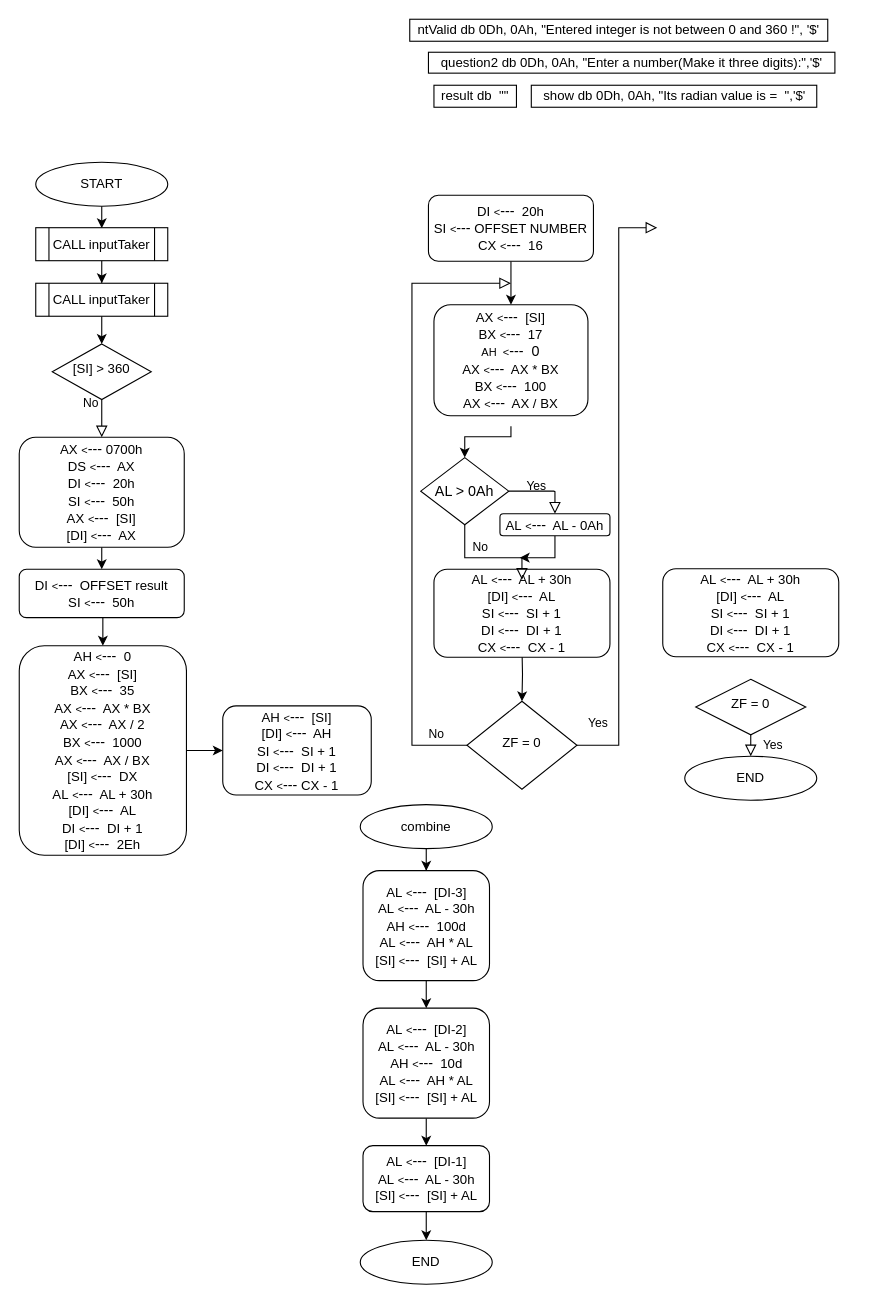
The draw.io diagram finalQ5.drawio in mmuurraatt/My-Projects-On-Github, before the edit. Source tidied: cells renumbered, new cells numbered last; positions are measured from the earlier drawing's top-left corner, leaving out a move shared by most shapes. Both pictures are drawn from the tidied source at 110%, with x=0, y=0 at pixel (19, 19).
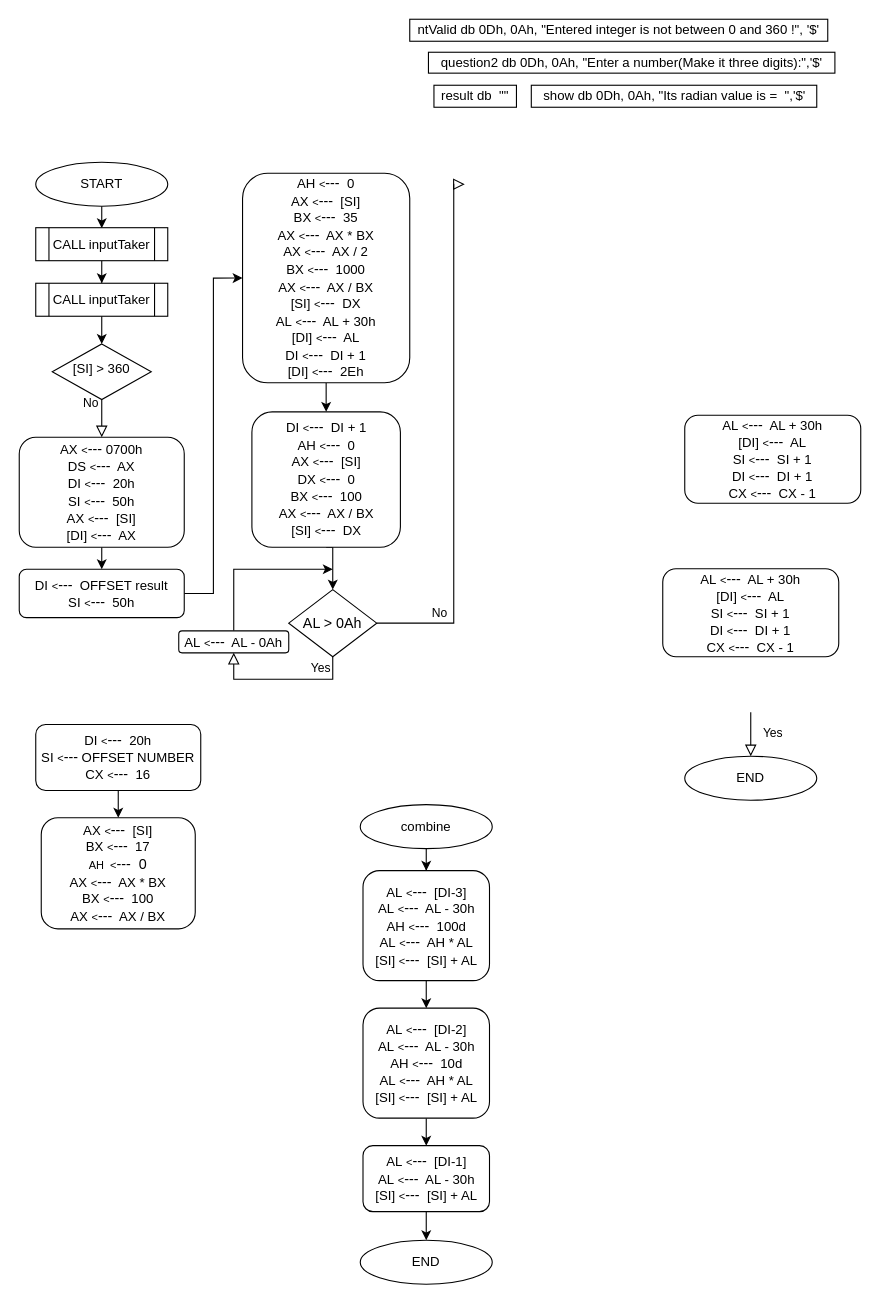
Above is the later version.

The change refers to these unchanged cells:
```xml
<mxCell id="10" value="END" style="ellipse;whiteSpace=wrap;html=1;" parent="1" vertex="1">
  <mxGeometry x="605" y="670" width="120" height="40" as="geometry" />
</mxCell>
<mxCell id="12" value="DI&amp;nbsp;&lt;font style=&quot;font-size: 10px&quot;&gt;&amp;lt;&lt;/font&gt;&lt;font style=&quot;font-size: 13px&quot;&gt;---&lt;/font&gt;&amp;nbsp; OFFSET result&lt;br&gt;SI&amp;nbsp;&lt;font style=&quot;font-size: 10px;&quot;&gt;&amp;lt;&lt;/font&gt;&lt;font style=&quot;font-size: 13px;&quot;&gt;---&lt;/font&gt;&amp;nbsp; 50h" style="rounded=1;whiteSpace=wrap;html=1;fontSize=12;glass=0;strokeWidth=1;shadow=0;" parent="1" vertex="1">
  <mxGeometry y="500" width="150" height="44" as="geometry" />
</mxCell>
```

Change to the diagram source:
```diff
@@
+    <mxCell id="51" style="edgeStyle=orthogonalEdgeStyle;rounded=0;jettySize=auto;html=1;exitX=0.5;exitY=1;exitDx=0;exitDy=0;entryX=0.5;entryY=0;entryDx=0;entryDy=0;" parent="1" edge="1" source="9" target="24">
+      <mxGeometry relative="1" as="geometry" />
+    </mxCell>
-    <mxCell id="9" value="AH&amp;nbsp;&lt;font style=&quot;font-size: 10px&quot;&gt;&amp;lt;&lt;/font&gt;&lt;font style=&quot;font-size: 13px&quot;&gt;---&lt;/font&gt;&amp;nbsp; [SI]&lt;br&gt;[DI]&amp;nbsp;&lt;font style=&quot;font-size: 10px&quot;&gt;&amp;lt;&lt;/font&gt;&lt;font style=&quot;font-size: 13px&quot;&gt;---&lt;/font&gt;&amp;nbsp; AH&lt;br&gt;SI&amp;nbsp;&lt;font style=&quot;font-size: 10px&quot;&gt;&amp;lt;&lt;/font&gt;&lt;font style=&quot;font-size: 13px&quot;&gt;---&lt;/font&gt;&amp;nbsp; SI + 1&lt;br&gt;DI&amp;nbsp;&lt;font style=&quot;font-size: 10px&quot;&gt;&amp;lt;&lt;/font&gt;&lt;font style=&quot;font-size: 13px&quot;&gt;---&lt;/font&gt;&amp;nbsp; DI + 1&lt;br&gt;CX&amp;nbsp;&lt;font style=&quot;font-size: 10px&quot;&gt;&amp;lt;&lt;/font&gt;&lt;font style=&quot;font-size: 13px&quot;&gt;---&lt;/font&gt;&amp;nbsp;CX - 1" style="rounded=1;whiteSpace=wrap;html=1;fontSize=12;glass=0;strokeWidth=1;shadow=0;" parent="1" vertex="1">
-      <mxGeometry x="185" y="624.2" width="135" height="81" as="geometry" />
+    <mxCell id="9" value="DI&amp;nbsp;&lt;font style=&quot;font-size: 10px;&quot;&gt;&amp;lt;&lt;/font&gt;&lt;font style=&quot;font-size: 13px;&quot;&gt;---&lt;/font&gt;&amp;nbsp; DI + 1&lt;br&gt;AH&amp;nbsp;&lt;font style=&quot;font-size: 10px;&quot;&gt;&amp;lt;&lt;/font&gt;&lt;font style=&quot;font-size: 13px;&quot;&gt;---&lt;/font&gt;&amp;nbsp; 0&lt;br&gt;AX&amp;nbsp;&lt;font style=&quot;font-size: 10px&quot;&gt;&amp;lt;&lt;/font&gt;&lt;font style=&quot;font-size: 13px&quot;&gt;---&lt;/font&gt;&amp;nbsp; [SI]&lt;br&gt;DX&amp;nbsp;&lt;font style=&quot;font-size: 10px;&quot;&gt;&amp;lt;&lt;/font&gt;&lt;font style=&quot;font-size: 13px;&quot;&gt;---&lt;/font&gt;&amp;nbsp; 0&lt;br&gt;BX&amp;nbsp;&lt;font style=&quot;font-size: 10px;&quot;&gt;&amp;lt;&lt;/font&gt;&lt;font style=&quot;font-size: 13px;&quot;&gt;---&lt;/font&gt;&amp;nbsp; 100&lt;br&gt;AX&amp;nbsp;&lt;font style=&quot;font-size: 10px;&quot;&gt;&amp;lt;&lt;/font&gt;&lt;font style=&quot;font-size: 13px;&quot;&gt;---&lt;/font&gt;&amp;nbsp; AX / BX&lt;br&gt;[SI]&amp;nbsp;&lt;font style=&quot;font-size: 10px&quot;&gt;&amp;lt;&lt;/font&gt;&lt;font style=&quot;font-size: 13px&quot;&gt;---&lt;/font&gt;&amp;nbsp; DX" style="rounded=1;whiteSpace=wrap;html=1;fontSize=12;glass=0;strokeWidth=1;shadow=0;" parent="1" vertex="1">
+      <mxGeometry x="211.5" y="356.9" width="135" height="123.1" as="geometry" />
     </mxCell>
@@
-    <mxCell id="11" style="edgeStyle=orthogonalEdgeStyle;rounded=0;jettySize=auto;html=1;entryX=0.5;entryY=0;entryDx=0;entryDy=0;" parent="1" edge="1" source="12" target="15">
-      <mxGeometry relative="1" as="geometry">
-        <Array as="points">
-          <mxPoint x="76" y="550" />
-          <mxPoint x="76" y="550" />
-        </Array>
-      </mxGeometry>
+    <mxCell id="11" style="edgeStyle=orthogonalEdgeStyle;rounded=0;jettySize=auto;html=1;exitX=1;exitY=0.5;exitDx=0;exitDy=0;entryX=0;entryY=0.5;entryDx=0;entryDy=0;" parent="1" edge="1" source="12" target="15">
+      <mxGeometry relative="1" as="geometry" />
     </mxCell>
@@
     <mxCell id="15" value="AH&amp;nbsp;&lt;font style=&quot;font-size: 10px&quot;&gt;&amp;lt;&lt;/font&gt;&lt;font style=&quot;font-size: 13px&quot;&gt;---&lt;/font&gt;&amp;nbsp; 0&lt;br&gt;AX&amp;nbsp;&lt;font style=&quot;font-size: 10px;&quot;&gt;&amp;lt;&lt;/font&gt;&lt;font style=&quot;font-size: 13px;&quot;&gt;---&lt;/font&gt;&amp;nbsp; [SI]&lt;br&gt;BX&amp;nbsp;&lt;font style=&quot;font-size: 10px&quot;&gt;&amp;lt;&lt;/font&gt;&lt;font style=&quot;font-size: 13px&quot;&gt;---&lt;/font&gt;&amp;nbsp; 35&lt;br&gt;AX&amp;nbsp;&lt;font style=&quot;font-size: 10px&quot;&gt;&amp;lt;&lt;/font&gt;&lt;font style=&quot;font-size: 13px&quot;&gt;---&lt;/font&gt;&amp;nbsp; AX * BX&lt;br&gt;AX&amp;nbsp;&lt;font style=&quot;font-size: 10px;&quot;&gt;&amp;lt;&lt;/font&gt;&lt;font style=&quot;font-size: 13px;&quot;&gt;---&lt;/font&gt;&amp;nbsp; AX / 2&lt;br&gt;BX&amp;nbsp;&lt;font style=&quot;font-size: 10px&quot;&gt;&amp;lt;&lt;/font&gt;&lt;font style=&quot;font-size: 13px&quot;&gt;---&lt;/font&gt;&amp;nbsp; 1000&lt;br&gt;AX&amp;nbsp;&lt;font style=&quot;font-size: 10px&quot;&gt;&amp;lt;&lt;/font&gt;&lt;font style=&quot;font-size: 13px&quot;&gt;---&lt;/font&gt;&amp;nbsp; AX / BX&lt;br&gt;[SI]&amp;nbsp;&lt;font style=&quot;font-size: 10px;&quot;&gt;&amp;lt;&lt;/font&gt;&lt;font style=&quot;font-size: 13px;&quot;&gt;---&lt;/font&gt;&amp;nbsp; DX&lt;br&gt;AL&amp;nbsp;&lt;font style=&quot;font-size: 10px&quot;&gt;&amp;lt;&lt;/font&gt;&lt;font style=&quot;font-size: 13px&quot;&gt;---&lt;/font&gt;&amp;nbsp; AL + 30h&lt;br&gt;[DI]&amp;nbsp;&lt;font style=&quot;font-size: 10px&quot;&gt;&amp;lt;&lt;/font&gt;&lt;font style=&quot;font-size: 13px&quot;&gt;---&lt;/font&gt;&amp;nbsp; AL&lt;br&gt;DI&amp;nbsp;&lt;font style=&quot;font-size: 10px&quot;&gt;&amp;lt;&lt;/font&gt;&lt;font style=&quot;font-size: 13px&quot;&gt;---&lt;/font&gt;&amp;nbsp; DI + 1&lt;br&gt;[DI]&amp;nbsp;&lt;font style=&quot;font-size: 10px;&quot;&gt;&amp;lt;&lt;/font&gt;&lt;font style=&quot;font-size: 13px;&quot;&gt;---&lt;/font&gt;&amp;nbsp; 2Eh" style="rounded=1;whiteSpace=wrap;html=1;fontSize=12;glass=0;strokeWidth=1;shadow=0;" parent="1" vertex="1">
-      <mxGeometry y="569.5" width="152" height="190.5" as="geometry" />
+      <mxGeometry x="203" y="140" width="152" height="190.5" as="geometry" />
     </mxCell>
@@
     <mxCell id="17" value="DI&amp;nbsp;&lt;font style=&quot;font-size: 10px&quot;&gt;&amp;lt;&lt;/font&gt;&lt;font style=&quot;font-size: 13px&quot;&gt;---&lt;/font&gt;&amp;nbsp; 20h&lt;br&gt;SI&amp;nbsp;&lt;font style=&quot;font-size: 10px&quot;&gt;&amp;lt;&lt;/font&gt;&lt;font style=&quot;font-size: 13px&quot;&gt;---&lt;/font&gt;&amp;nbsp;OFFSET NUMBER&lt;br&gt;CX&amp;nbsp;&lt;font style=&quot;font-size: 10px&quot;&gt;&amp;lt;&lt;/font&gt;&lt;font style=&quot;font-size: 13px&quot;&gt;---&lt;/font&gt;&amp;nbsp; 16" style="rounded=1;whiteSpace=wrap;html=1;fontSize=12;glass=0;strokeWidth=1;shadow=0;" parent="1" vertex="1">
-      <mxGeometry x="372" y="160" width="150" height="60" as="geometry" />
+      <mxGeometry x="15" y="641.1" width="150" height="60" as="geometry" />
     </mxCell>
-    <mxCell id="18" value="No" style="edgeStyle=orthogonalEdgeStyle;rounded=0;html=1;jettySize=auto;fontSize=11;endArrow=block;endFill=0;endSize=8;strokeWidth=1;shadow=0;labelBackgroundColor=none;exitX=0;exitY=0.5;exitDx=0;exitDy=0;" parent="1" edge="1" source="19">
-      <mxGeometry x="-0.9" y="-10" relative="1" as="geometry">
-        <mxPoint x="447" y="240" as="targetPoint" />
-        <Array as="points">
-          <mxPoint x="357" y="660" />
-          <mxPoint x="357" y="240" />
-        </Array>
-      </mxGeometry>
-    </mxCell>
-    <mxCell id="19" value="ZF = 0" style="rhombus;whiteSpace=wrap;html=1;shadow=0;fontFamily=Helvetica;fontSize=12;align=center;strokeWidth=1;spacing=6;spacingTop=-4;" parent="1" vertex="1">
-      <mxGeometry x="407" y="620" width="100" height="80" as="geometry" />
-    </mxCell>
@@
-    <mxCell id="21" style="edgeStyle=orthogonalEdgeStyle;rounded=0;jettySize=auto;html=1;" parent="1" edge="1" target="19">
-      <mxGeometry relative="1" as="geometry">
-        <mxPoint x="457" y="570" as="sourcePoint" />
-      </mxGeometry>
-    </mxCell>
-    <mxCell id="22" style="edgeStyle=orthogonalEdgeStyle;rounded=0;jettySize=auto;html=1;fontSize=13;" parent="1" edge="1" target="24">
-      <mxGeometry relative="1" as="geometry">
-        <mxPoint x="447" y="370" as="sourcePoint" />
-        <Array as="points">
-          <mxPoint x="447" y="379.5" />
-          <mxPoint x="405" y="379.5" />
-        </Array>
-      </mxGeometry>
-    </mxCell>
     <mxCell id="23" value="AX&amp;nbsp;&lt;font style=&quot;font-size: 10px&quot;&gt;&amp;lt;&lt;/font&gt;&lt;font style=&quot;font-size: 13px&quot;&gt;---&lt;/font&gt;&amp;nbsp; [SI]&lt;br&gt;BX&amp;nbsp;&lt;font style=&quot;font-size: 10px&quot;&gt;&amp;lt;&lt;/font&gt;&lt;font style=&quot;font-size: 13px&quot;&gt;---&lt;/font&gt;&amp;nbsp; 17&lt;br&gt;&lt;font style=&quot;font-size: 10px&quot;&gt;AH&amp;nbsp; &amp;lt;&lt;/font&gt;&lt;font style=&quot;font-size: 13px&quot;&gt;---&amp;nbsp; 0&lt;/font&gt;&lt;br&gt;AX&amp;nbsp;&lt;font style=&quot;font-size: 10px&quot;&gt;&amp;lt;&lt;/font&gt;&lt;font style=&quot;font-size: 13px&quot;&gt;---&lt;/font&gt;&amp;nbsp; AX * BX&lt;br&gt;BX&amp;nbsp;&lt;font style=&quot;font-size: 10px&quot;&gt;&amp;lt;&lt;/font&gt;&lt;font style=&quot;font-size: 13px&quot;&gt;---&lt;/font&gt;&amp;nbsp; 100&lt;br&gt;AX&amp;nbsp;&lt;font style=&quot;font-size: 10px&quot;&gt;&amp;lt;&lt;/font&gt;&lt;font style=&quot;font-size: 13px&quot;&gt;---&lt;/font&gt;&amp;nbsp; AX / BX" style="rounded=1;whiteSpace=wrap;html=1;fontSize=12;glass=0;strokeWidth=1;shadow=0;" parent="1" vertex="1">
-      <mxGeometry x="377" y="259.5" width="140" height="101" as="geometry" />
+      <mxGeometry x="20" y="725.9" width="140" height="101" as="geometry" />
     </mxCell>
-    <mxCell id="24" value="AL &amp;gt; 0Ah" style="rhombus;whiteSpace=wrap;html=1;fontSize=13;" parent="1" vertex="1">
-      <mxGeometry x="365" y="398.5" width="80" height="61" as="geometry" />
-    </mxCell>
     <mxCell id="25" value="&lt;span style=&quot;font-size: 12px&quot;&gt;AL&amp;nbsp;&lt;/span&gt;&lt;font style=&quot;font-size: 10px&quot;&gt;&amp;lt;&lt;/font&gt;&lt;font&gt;---&lt;/font&gt;&lt;span style=&quot;font-size: 12px&quot;&gt;&amp;nbsp; AL + 30h&lt;/span&gt;&lt;br style=&quot;font-size: 12px&quot;&gt;&lt;span style=&quot;font-size: 12px&quot;&gt;[DI]&amp;nbsp;&lt;/span&gt;&lt;font style=&quot;font-size: 10px&quot;&gt;&amp;lt;&lt;/font&gt;&lt;font&gt;---&lt;/font&gt;&lt;span style=&quot;font-size: 12px&quot;&gt;&amp;nbsp; AL&lt;/span&gt;&lt;br style=&quot;font-size: 12px&quot;&gt;&lt;span style=&quot;font-size: 12px&quot;&gt;SI&amp;nbsp;&lt;/span&gt;&lt;font style=&quot;font-size: 10px&quot;&gt;&amp;lt;&lt;/font&gt;&lt;font&gt;---&lt;/font&gt;&lt;span style=&quot;font-size: 12px&quot;&gt;&amp;nbsp; SI + 1&lt;/span&gt;&lt;br style=&quot;font-size: 12px&quot;&gt;&lt;span style=&quot;font-size: 12px&quot;&gt;DI&amp;nbsp;&lt;/span&gt;&lt;font style=&quot;font-size: 10px&quot;&gt;&amp;lt;&lt;/font&gt;&lt;font&gt;---&lt;/font&gt;&lt;span style=&quot;font-size: 12px&quot;&gt;&amp;nbsp; DI + 1&lt;/span&gt;&lt;br style=&quot;font-size: 12px&quot;&gt;&lt;span style=&quot;font-size: 12px&quot;&gt;CX&amp;nbsp;&lt;/span&gt;&lt;font style=&quot;font-size: 10px&quot;&gt;&amp;lt;&lt;/font&gt;&lt;font&gt;---&lt;/font&gt;&lt;span style=&quot;font-size: 12px&quot;&gt;&amp;nbsp; CX - 1&lt;/span&gt;" style="rounded=1;whiteSpace=wrap;html=1;fontSize=13;" parent="1" vertex="1">
-      <mxGeometry x="377" y="500" width="160" height="80" as="geometry" />
+      <mxGeometry x="605" y="360" width="160" height="80" as="geometry" />
     </mxCell>
-    <mxCell id="26" value="Yes" style="rounded=0;html=1;jettySize=auto;fontSize=11;endArrow=block;endFill=0;endSize=8;strokeWidth=1;shadow=0;labelBackgroundColor=none;edgeStyle=orthogonalEdgeStyle;exitX=1;exitY=0.5;exitDx=0;exitDy=0;entryX=0.5;entryY=0;entryDx=0;entryDy=0;" parent="1" edge="1" source="24" target="29">
-      <mxGeometry x="-0.2" y="5" relative="1" as="geometry">
-        <Array as="points">
-          <mxPoint x="486" y="428.5" />
-          <mxPoint x="487" y="429.5" />
-        </Array>
-      </mxGeometry>
-    </mxCell>
-    <mxCell id="27" value="No" style="edgeStyle=orthogonalEdgeStyle;rounded=0;html=1;jettySize=auto;fontSize=11;endArrow=block;endFill=0;endSize=8;strokeWidth=1;shadow=0;labelBackgroundColor=none;exitX=0.5;exitY=1;exitDx=0;exitDy=0;entryX=0.5;entryY=0;entryDx=0;entryDy=0;" parent="1" edge="1" source="24">
-      <mxGeometry x="-0.13" y="10" relative="1" as="geometry">
-        <mxPoint x="457" y="509.5" as="targetPoint" />
-        <Array as="points">
-          <mxPoint x="405" y="489.5" />
-          <mxPoint x="457" y="489.5" />
-        </Array>
-      </mxGeometry>
-    </mxCell>
-    <mxCell id="28" style="edgeStyle=orthogonalEdgeStyle;rounded=0;jettySize=auto;html=1;exitX=0.5;exitY=1;exitDx=0;exitDy=0;fontSize=13;" parent="1" edge="1" source="29">
-      <mxGeometry relative="1" as="geometry">
-        <mxPoint x="455" y="489.5" as="targetPoint" />
-        <Array as="points">
-          <mxPoint x="486" y="489.5" />
-          <mxPoint x="455" y="489.5" />
-        </Array>
-      </mxGeometry>
-    </mxCell>
-    <mxCell id="29" value="AL&amp;nbsp;&lt;font style=&quot;font-size: 10px&quot;&gt;&amp;lt;&lt;/font&gt;&lt;font style=&quot;font-size: 13px&quot;&gt;---&lt;/font&gt;&amp;nbsp; AL - 0Ah" style="rounded=1;whiteSpace=wrap;html=1;fontSize=12;glass=0;strokeWidth=1;shadow=0;" parent="1" vertex="1">
-      <mxGeometry x="437" y="449.5" width="100" height="20" as="geometry" />
-    </mxCell>
-    <mxCell id="30" value="ZF = 0" style="rhombus;whiteSpace=wrap;html=1;shadow=0;fontFamily=Helvetica;fontSize=12;align=center;strokeWidth=1;spacing=6;spacingTop=-4;" parent="1" vertex="1">
-      <mxGeometry x="615" y="600" width="100" height="50.5" as="geometry" />
-    </mxCell>
@@
-    <mxCell id="32" value="Yes" style="rounded=0;html=1;jettySize=auto;orthogonalLoop=1;fontSize=11;endArrow=block;endFill=0;endSize=8;strokeWidth=1;shadow=0;labelBackgroundColor=none;edgeStyle=orthogonalEdgeStyle;entryX=0;entryY=0.5;entryDx=0;entryDy=0;" parent="1" edge="1">
-      <mxGeometry x="-0.93" y="20" relative="1" as="geometry">
-        <mxPoint x="507" y="660" as="sourcePoint" />
-        <mxPoint x="580" y="189.5" as="targetPoint" />
-        <Array as="points">
-          <mxPoint x="545" y="660" />
-          <mxPoint x="545" y="190" />
-        </Array>
-      </mxGeometry>
-    </mxCell>
-    <mxCell id="33" value="Yes" style="rounded=0;html=1;jettySize=auto;fontSize=11;endArrow=block;endFill=0;endSize=8;strokeWidth=1;shadow=0;labelBackgroundColor=none;edgeStyle=orthogonalEdgeStyle;entryX=0.5;entryY=0;entryDx=0;entryDy=0;exitX=0.5;exitY=1;exitDx=0;exitDy=0;" parent="1" edge="1" source="30" target="10">
+    <mxCell id="33" value="Yes" style="rounded=0;html=1;jettySize=auto;fontSize=11;endArrow=block;endFill=0;endSize=8;strokeWidth=1;shadow=0;labelBackgroundColor=none;edgeStyle=orthogonalEdgeStyle;entryX=0.5;entryY=0;entryDx=0;entryDy=0;exitX=0.5;exitY=1;exitDx=0;exitDy=0;" parent="1" edge="1" target="10">
       <mxGeometry x="-0.03" y="20" relative="1" as="geometry">
+        <mxPoint x="665" y="630" as="sourcePoint" />
         <Array as="points">
           <mxPoint x="665" y="660" />
           <mxPoint x="665" y="660" />
         </Array>
       </mxGeometry>
     </mxCell>
@@
+    <mxCell id="24" value="AL &amp;gt; 0Ah" style="rhombus;whiteSpace=wrap;html=1;fontSize=13;" parent="1" vertex="1">
+      <mxGeometry x="245" y="518.5" width="80" height="61" as="geometry" />
+    </mxCell>
+    <mxCell id="52" value="No" style="edgeStyle=orthogonalEdgeStyle;rounded=0;html=1;jettySize=auto;fontSize=11;endArrow=block;endFill=0;endSize=8;strokeWidth=1;shadow=0;labelBackgroundColor=none;exitX=1;exitY=0.5;exitDx=0;exitDy=0;" parent="1" edge="1" source="24">
+      <mxGeometry x="-0.76" y="9" relative="1" as="geometry">
+        <mxPoint x="405" y="150" as="targetPoint" />
+        <Array as="points">
+          <mxPoint x="395" y="549" />
+        </Array>
+      </mxGeometry>
+    </mxCell>
+    <mxCell id="26" value="Yes" style="rounded=0;html=1;jettySize=auto;fontSize=11;endArrow=block;endFill=0;endSize=8;strokeWidth=1;shadow=0;labelBackgroundColor=none;edgeStyle=orthogonalEdgeStyle;exitX=0.5;exitY=1;exitDx=0;exitDy=0;entryX=0.5;entryY=1;entryDx=0;entryDy=0;" parent="1" edge="1" source="24" target="29">
+      <mxGeometry x="-0.52" y="-10" relative="1" as="geometry">
+        <Array as="points">
+          <mxPoint x="285" y="600" />
+          <mxPoint x="195" y="600" />
+        </Array>
+      </mxGeometry>
+    </mxCell>
+    <mxCell id="53" style="edgeStyle=orthogonalEdgeStyle;rounded=0;jettySize=auto;html=1;exitX=0.5;exitY=0;exitDx=0;exitDy=0;" parent="1" edge="1" source="29">
+      <mxGeometry relative="1" as="geometry">
+        <mxPoint x="285" y="500" as="targetPoint" />
+        <Array as="points">
+          <mxPoint x="195" y="500" />
+        </Array>
+      </mxGeometry>
+    </mxCell>
+    <mxCell id="29" value="AL&amp;nbsp;&lt;font style=&quot;font-size: 10px&quot;&gt;&amp;lt;&lt;/font&gt;&lt;font style=&quot;font-size: 13px&quot;&gt;---&lt;/font&gt;&amp;nbsp; AL - 0Ah" style="rounded=1;whiteSpace=wrap;html=1;fontSize=12;glass=0;strokeWidth=1;shadow=0;" parent="1" vertex="1">
+      <mxGeometry x="145" y="556" width="100" height="20" as="geometry" />
+    </mxCell>
```
